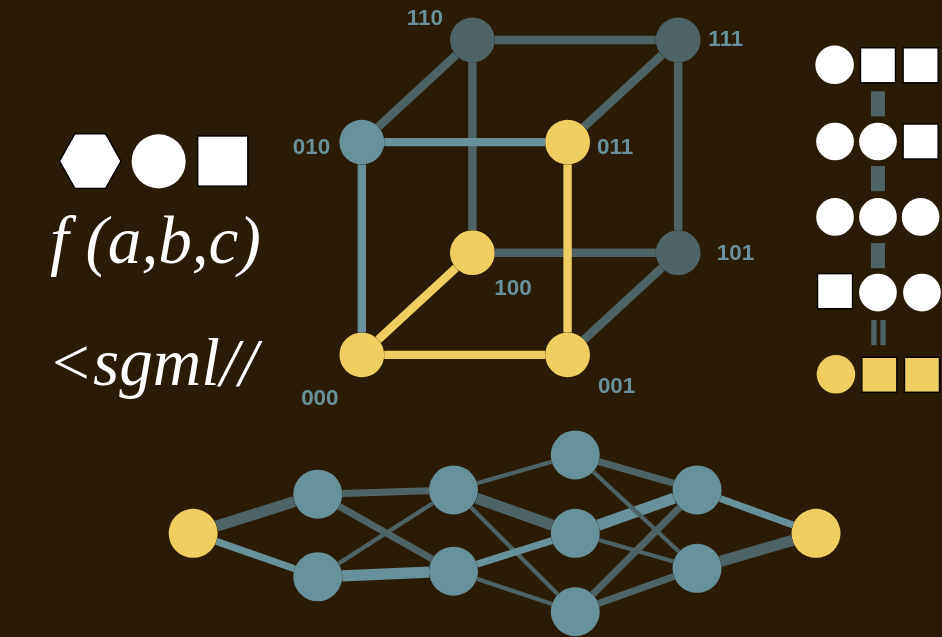
Before: channel/diagrams/clipart/mathematical-function.drawio.svg, a diagram exported from draw.io (software-engineering-at-home/content). Source tidied: cells renumbered, new cells last; positions are measured from the earlier drawing's top-left corner, leaving out a move shared by most shapes.
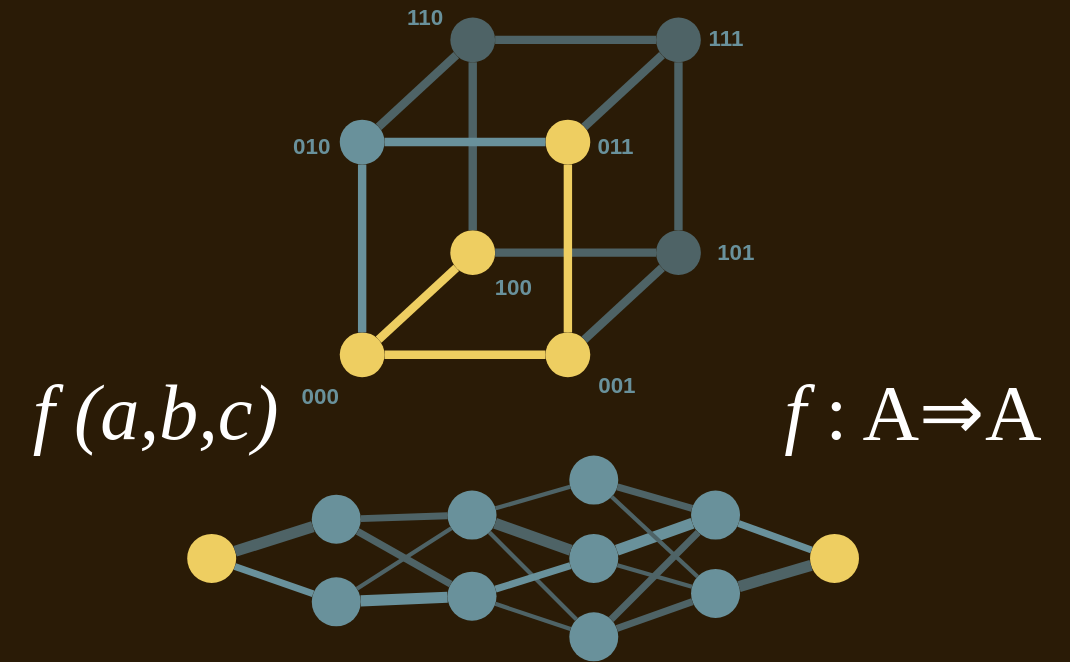
After the commit.

Commit message:
Update computer science clipart based on feedback

Change to the diagram source:
```diff
@@ -92,89 +92,11 @@
     <mxCell id="31" value="001" style="text;html=1;align=center;verticalAlign=middle;fontColor=#69919B;fontSize=16;fontStyle=1;fontFamily=Helvetica;" parent="1" vertex="1">
       <mxGeometry x="421" y="263" width="37" height="23" as="geometry" />
     </mxCell>
-    <mxCell id="32" value="&lt;i style=&quot;font-size: 48px;&quot;&gt;&lt;font face=&quot;Times New Roman&quot; style=&quot;font-size: 48px;&quot;&gt;f&amp;nbsp;&lt;/font&gt;(a,b,c)&lt;/i&gt;" style="text;html=1;strokeColor=none;fillColor=none;align=center;verticalAlign=middle;whiteSpace=wrap;rounded=0;fontColor=#FFFFFF;fontSize=48;fontFamily=Lucida Console;" parent="1" vertex="1">
-      <mxGeometry y="131.6" width="222" height="78" as="geometry" />
+    <mxCell id="32" value="&lt;i style=&quot;font-size: 56px;&quot;&gt;&lt;font face=&quot;Times New Roman&quot; style=&quot;font-size: 56px;&quot;&gt;f&amp;nbsp;&lt;/font&gt;(a,b,c)&lt;/i&gt;" style="text;html=1;strokeColor=none;fillColor=none;align=center;verticalAlign=middle;whiteSpace=wrap;rounded=0;fontColor=#FFFFFF;fontSize=56;fontFamily=Lucida Console;" parent="1" vertex="1">
+      <mxGeometry y="256" width="222" height="78" as="geometry" />
     </mxCell>
-    <mxCell id="33" style="group;" parent="1" vertex="1">
-      <mxGeometry x="42" y="95" width="134.6" height="39" as="geometry" />
-    </mxCell>
-    <mxCell id="34" style="ellipse;whiteSpace=wrap;html=1;strokeColor=none;" parent="33" vertex="1">
-      <mxGeometry x="51.6" y="0.4" width="38.6" height="38.6" as="geometry" />
-    </mxCell>
-    <mxCell id="35" style="whiteSpace=wrap;html=1;" parent="33" vertex="1">
-      <mxGeometry x="98.7" y="1.6" width="35.8" height="35.8" as="geometry" />
-    </mxCell>
-    <mxCell id="36" style="shape=hexagon;perimeter=hexagonPerimeter2;whiteSpace=wrap;html=1;fixedSize=1;size=11;" parent="33" vertex="1">
-      <mxGeometry width="43.9" height="39" as="geometry" />
-    </mxCell>
-    <mxCell id="37" style="group;" parent="1" vertex="1">
-      <mxGeometry x="582" y="32" width="89.7" height="248.7" as="geometry" />
-    </mxCell>
-    <mxCell id="38" style="ellipse;whiteSpace=wrap;html=1;strokeColor=none;" parent="37" vertex="1">
-      <mxGeometry x="0.6" y="55.1" width="26.9" height="26.9" as="geometry" />
-    </mxCell>
-    <mxCell id="39" style="whiteSpace=wrap;html=1;" parent="37" vertex="1">
-      <mxGeometry x="32.3" y="1.6" width="25" height="25" as="geometry" />
-    </mxCell>
-    <mxCell id="40" style="ellipse;whiteSpace=wrap;html=1;strokeColor=none;" parent="37" vertex="1">
-      <mxGeometry width="27.6" height="27.6" as="geometry" />
-    </mxCell>
-    <mxCell id="41" style="whiteSpace=wrap;html=1;" parent="37" vertex="1">
-      <mxGeometry x="62.7" y="1.6" width="25" height="25" as="geometry" />
-    </mxCell>
-    <mxCell id="42" style="whiteSpace=wrap;html=1;" parent="37" vertex="1">
-      <mxGeometry x="62.7" y="56" width="25" height="25" as="geometry" />
-    </mxCell>
-    <mxCell id="43" style="ellipse;whiteSpace=wrap;html=1;strokeColor=none;" parent="37" vertex="1">
-      <mxGeometry x="31.3" y="55.1" width="26.9" height="26.9" as="geometry" />
-    </mxCell>
-    <mxCell id="44" style="ellipse;whiteSpace=wrap;html=1;strokeColor=none;" parent="37" vertex="1">
-      <mxGeometry x="0.6" y="109" width="26.9" height="26.9" as="geometry" />
-    </mxCell>
-    <mxCell id="45" style="ellipse;whiteSpace=wrap;html=1;strokeColor=none;" parent="37" vertex="1">
-      <mxGeometry x="31.3" y="109" width="26.9" height="26.9" as="geometry" />
-    </mxCell>
-    <mxCell id="46" style="ellipse;whiteSpace=wrap;html=1;strokeColor=none;" parent="37" vertex="1">
-      <mxGeometry x="61.7" y="109" width="26.9" height="26.9" as="geometry" />
-    </mxCell>
-    <mxCell id="47" style="whiteSpace=wrap;html=1;" parent="37" vertex="1">
-      <mxGeometry x="1.6" y="163" width="25" height="25" as="geometry" />
-    </mxCell>
-    <mxCell id="48" style="ellipse;whiteSpace=wrap;html=1;strokeColor=none;" parent="37" vertex="1">
-      <mxGeometry x="31.3" y="163" width="26.9" height="26.9" as="geometry" />
-    </mxCell>
-    <mxCell id="49" style="ellipse;whiteSpace=wrap;html=1;strokeColor=none;" parent="37" vertex="1">
-      <mxGeometry x="62.7" y="163" width="26.9" height="26.9" as="geometry" />
-    </mxCell>
-    <mxCell id="50" style="rounded=0;whiteSpace=wrap;html=1;fillColor=#4E6366;fontFamily=Lucida Console;fontSize=48;fontColor=#FFFFFF;strokeColor=none;" parent="37" vertex="1">
-      <mxGeometry x="39.8" y="32.7" width="10" height="17.9" as="geometry" />
-    </mxCell>
-    <mxCell id="51" style="rounded=0;whiteSpace=wrap;html=1;fillColor=#4E6366;fontFamily=Lucida Console;fontSize=48;fontColor=#FFFFFF;strokeColor=none;" parent="37" vertex="1">
-      <mxGeometry x="39.8" y="86.1" width="10" height="17.9" as="geometry" />
-    </mxCell>
-    <mxCell id="52" style="rounded=0;whiteSpace=wrap;html=1;fillColor=#4E6366;fontFamily=Lucida Console;fontSize=48;fontColor=#FFFFFF;strokeColor=none;" parent="37" vertex="1">
-      <mxGeometry x="39.8" y="141.1" width="10" height="17.9" as="geometry" />
-    </mxCell>
-    <mxCell id="53" style="group;" parent="37" vertex="1">
-      <mxGeometry x="40" y="196.1" width="10.3" height="17.9" as="geometry" />
-    </mxCell>
-    <mxCell id="54" style="rounded=0;whiteSpace=wrap;html=1;fillColor=#4E6366;fontFamily=Lucida Console;fontSize=48;fontColor=#FFFFFF;strokeColor=none;" parent="53" vertex="1">
-      <mxGeometry width="3.8" height="17.9" as="geometry" />
-    </mxCell>
-    <mxCell id="55" style="rounded=0;whiteSpace=wrap;html=1;fillColor=#4E6366;fontFamily=Lucida Console;fontSize=48;fontColor=#FFFFFF;strokeColor=none;" parent="53" vertex="1">
-      <mxGeometry x="6.5" width="3.8" height="17.9" as="geometry" />
-    </mxCell>
-    <mxCell id="56" style="whiteSpace=wrap;html=1;fillColor=#EECE61;" parent="37" vertex="1">
-      <mxGeometry x="63.7" y="222.7" width="25" height="25" as="geometry" />
-    </mxCell>
-    <mxCell id="57" style="whiteSpace=wrap;html=1;fillColor=#EECE61;" parent="37" vertex="1">
-      <mxGeometry x="33.2" y="222.7" width="25" height="25" as="geometry" />
-    </mxCell>
-    <mxCell id="58" style="ellipse;whiteSpace=wrap;html=1;strokeColor=none;fillColor=#EECE61;" parent="37" vertex="1">
-      <mxGeometry x="1" y="221.1" width="27.6" height="27.6" as="geometry" />
-    </mxCell>
     <mxCell id="59" style="group;" parent="1" vertex="1">
-      <mxGeometry x="120" y="307" width="480" height="147" as="geometry" />
+      <mxGeometry x="133" y="325" width="480" height="147" as="geometry" />
     </mxCell>
     <mxCell id="60" style="ellipse;whiteSpace=wrap;html=1;fillColor=#EECE61;fontFamily=Lucida Console;fontSize=48;fontColor=#FFFFFF;strokeColor=none;" parent="59" vertex="1">
       <mxGeometry y="56" width="35" height="35" as="geometry" />
@@ -266,8 +188,8 @@
     <mxCell id="89" style="rounded=0;jettySize=auto;html=1;fontFamily=Lucida Console;fontSize=48;fontColor=#FFFFFF;endArrow=none;endFill=0;strokeWidth=5;strokeColor=#69919B;" parent="59" edge="1" source="60" target="65">
       <mxGeometry relative="1" as="geometry" />
     </mxCell>
-    <mxCell id="90" value="&lt;font&gt;&lt;span&gt;&amp;lt;sgml//&lt;/span&gt;&lt;/font&gt;" style="text;html=1;strokeColor=none;fillColor=none;align=center;verticalAlign=middle;whiteSpace=wrap;rounded=0;fontColor=#FFFFFF;fontSize=48;fontFamily=Lucida Console;fontStyle=2;" parent="1" vertex="1">
-      <mxGeometry x="20.3" y="219" width="178" height="78" as="geometry" />
-    </mxCell>
+    <mxCell id="91" value="&lt;font&gt;&lt;i&gt;f&lt;/i&gt; : A⇒A&lt;br&gt;&lt;/font&gt;" style="text;html=1;strokeColor=none;fillColor=none;align=center;verticalAlign=middle;whiteSpace=wrap;rounded=0;fontSize=56;fontFamily=Times New Roman;fontColor=#FFFFFF;fontStyle=0;" parent="1" vertex="1">
+      <mxGeometry x="541" y="256" width="222" height="78" as="geometry" />
+    </mxCell>
   </root>
 </mxGraphModel>
```
